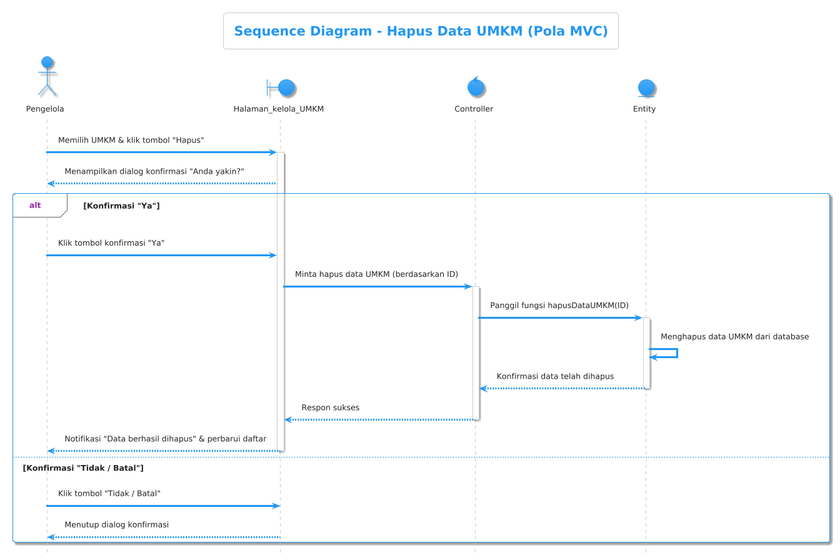
Mrmgnt/diagram-kp keeps this PlantUML diagram as sequence/kelola umkm/delete/delete.png. Above is the earlier version.
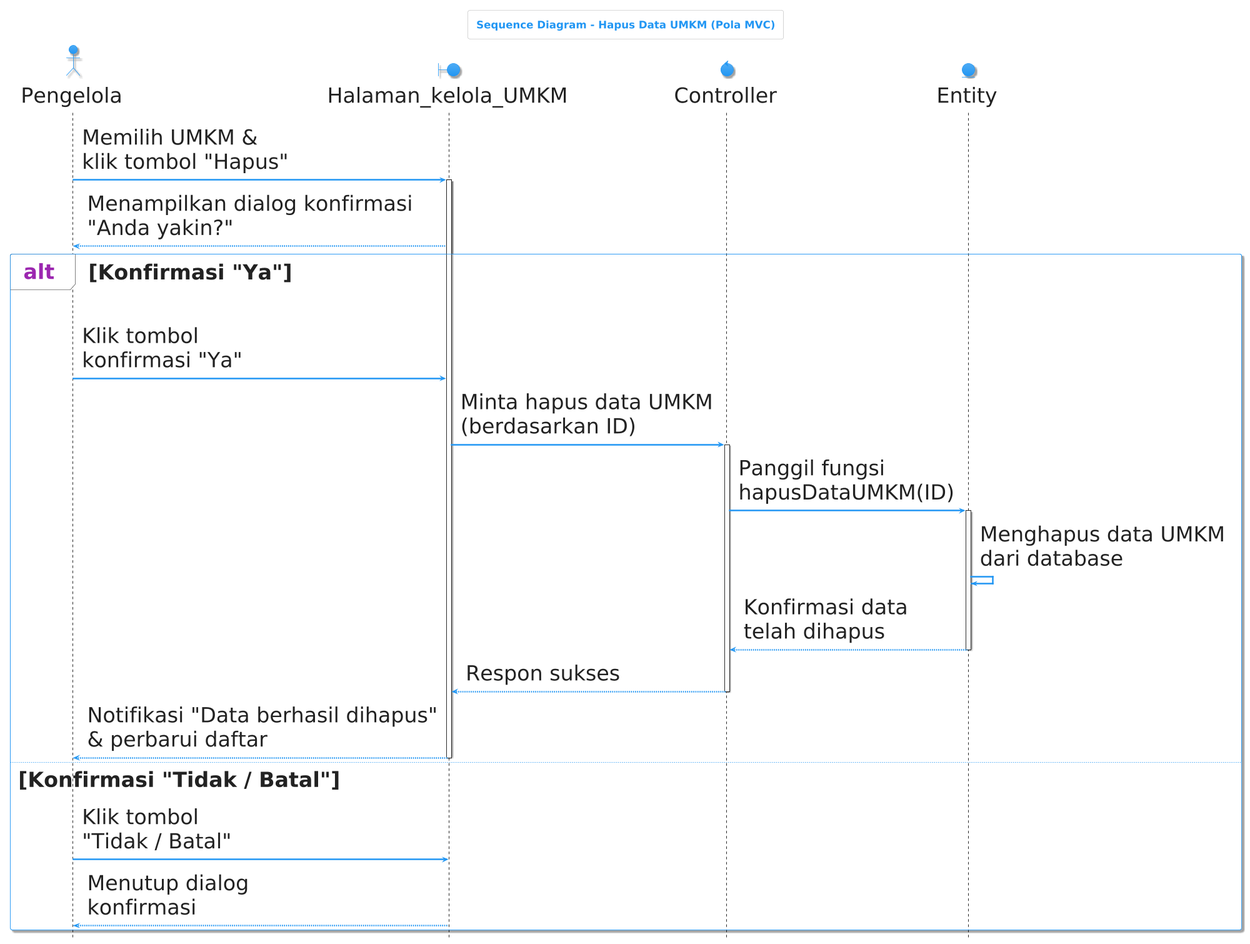
The same diagram one commit later.

Change to the diagram source:
```diff
@@ -1,5 +1,15 @@
 @startuml
 !theme materia
+scale max 1920 width
+skinparam defaultFontSize 40
+skinparam ParticipantPadding 30
+skinparam BoxPadding 40
+skinparam ActorPadding 20
+skinparam ActorFontSize 40
+skinparam ParticipantFontSize 40
+skinparam SequenceParticipantBorderThickness 2
+skinparam SequenceLifeLineBorderColor Black
+skinparam SequenceLifeLineBorderThickness 2
 
 title Sequence Diagram - Hapus Data UMKM (Pola MVC)
 hide footbox
@@ -9,33 +19,33 @@
 control "Controller" as Controller
 entity "Entity" as Entity
 
-Pengguna -> Halaman_kelola_UMKM: Memilih UMKM & klik tombol "Hapus"
+Pengguna -> Halaman_kelola_UMKM: Memilih UMKM &\nklik tombol "Hapus"
 activate Halaman_kelola_UMKM
 
-Halaman_kelola_UMKM --> Pengguna: Menampilkan dialog konfirmasi "Anda yakin?"
+Halaman_kelola_UMKM --> Pengguna: Menampilkan dialog konfirmasi\n"Anda yakin?"
 
 alt Konfirmasi "Ya"
-    Pengguna -> Halaman_kelola_UMKM: Klik tombol konfirmasi "Ya"
+    Pengguna -> Halaman_kelola_UMKM: Klik tombol\nkonfirmasi "Ya"
 
-    Halaman_kelola_UMKM -> Controller: Minta hapus data UMKM (berdasarkan ID)
+    Halaman_kelola_UMKM -> Controller: Minta hapus data UMKM\n(berdasarkan ID)
     activate Controller
 
-    Controller -> Entity: Panggil fungsi hapusDataUMKM(ID)
+    Controller -> Entity: Panggil fungsi\nhapusDataUMKM(ID)
     activate Entity
 
-    Entity -> Entity: Menghapus data UMKM dari database
-    Entity --> Controller: Konfirmasi data telah dihapus
+    Entity -> Entity: Menghapus data UMKM\ndari database
+    Entity --> Controller: Konfirmasi data\ntelah dihapus
     deactivate Entity
 
     Controller --> Halaman_kelola_UMKM: Respon sukses
     deactivate Controller
 
-    Halaman_kelola_UMKM --> Pengguna: Notifikasi "Data berhasil dihapus" & perbarui daftar
+    Halaman_kelola_UMKM --> Pengguna: Notifikasi "Data berhasil dihapus"\n& perbarui daftar
     deactivate Halaman_kelola_UMKM
 else Konfirmasi "Tidak / Batal"
-    Pengguna -> Halaman_kelola_UMKM: Klik tombol "Tidak / Batal"
+    Pengguna -> Halaman_kelola_UMKM: Klik tombol\n"Tidak / Batal"
 
-    Halaman_kelola_UMKM --> Pengguna: Menutup dialog konfirmasi
+    Halaman_kelola_UMKM --> Pengguna: Menutup dialog\nkonfirmasi
     deactivate Halaman_kelola_UMKM
 end
 @enduml
```
